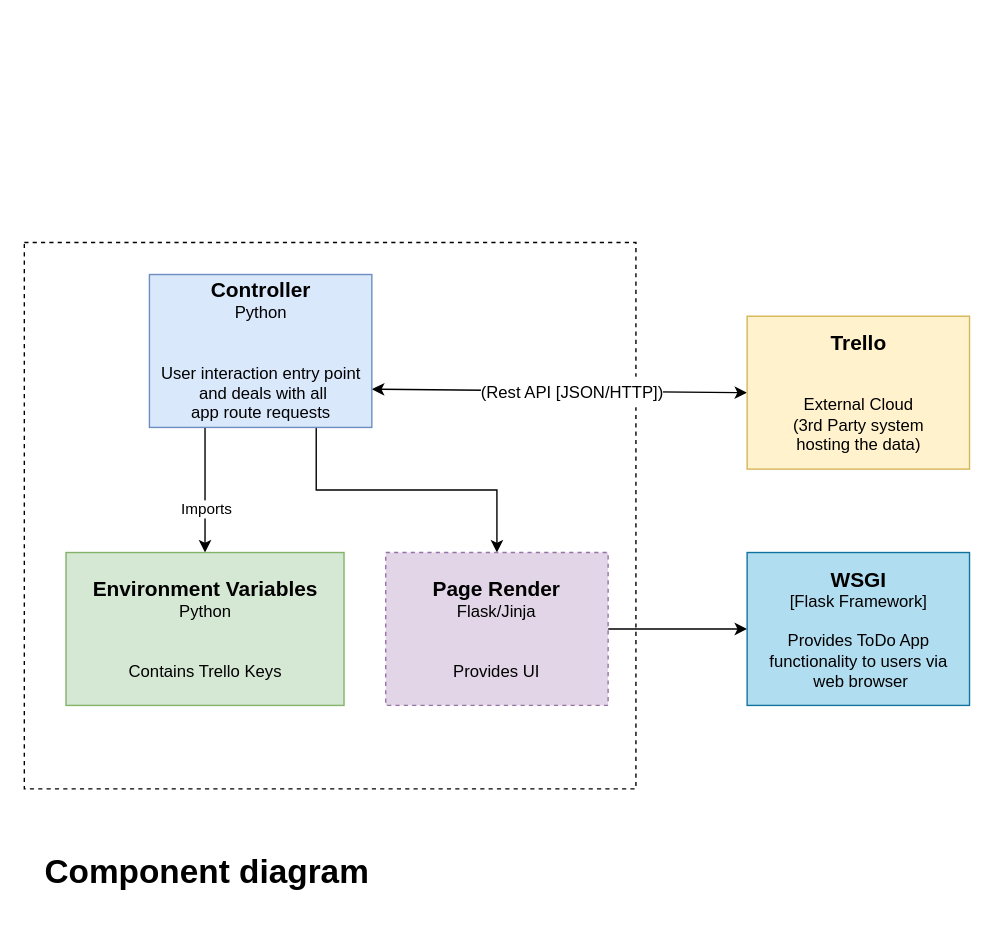
The draw.io diagram documentation/Component Diagram.drawio in shivaHanchate/DevOps-Course-Starter, before the edit. Source tidied: cells renumbered, new cells numbered last; positions are measured from the earlier drawing's top-left corner, leaving out a move shared by most shapes. Both pictures are drawn from the tidied source at 139%, with x=0, y=0 at pixel (24, 242).
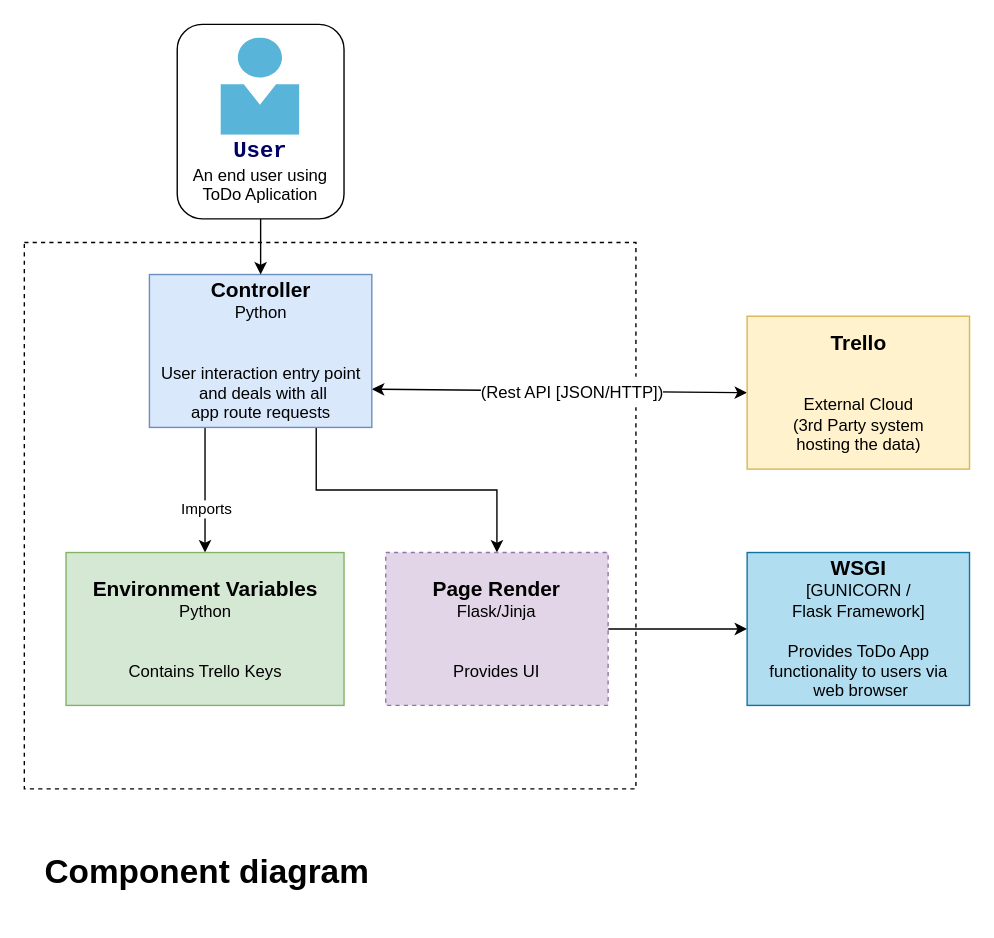
The same diagram, later.

Change to the diagram source:
```diff
@@
 <mxGraphModel>
   <root>
     <mxCell id="0" />
     <mxCell id="1" parent="0" />
     <mxCell id="2" style="rounded=0;whiteSpace=wrap;html=1;dashed=1;" parent="1" vertex="1">
       <mxGeometry width="440" height="393" as="geometry" />
     </mxCell>
     <mxCell id="3" value="&lt;h1&gt;Component diagram&lt;/h1&gt;&lt;p&gt;&lt;br&gt;&lt;/p&gt;" style="text;html=1;strokeColor=none;fillColor=none;spacing=5;spacingTop=-20;whiteSpace=wrap;overflow=hidden;rounded=0;" parent="1" vertex="1">
       <mxGeometry x="10" y="433" width="300" height="50" as="geometry" />
     </mxCell>
     <mxCell id="4" style="endArrow=classic;startArrow=classic;html=1;entryX=0;entryY=0.5;entryDx=0;entryDy=0;exitX=1;exitY=0.75;exitDx=0;exitDy=0;" parent="1" edge="1" source="9" target="14">
       <mxGeometry relative="1" as="geometry" />
     </mxCell>
     <mxCell id="5" value="&lt;p style=&quot;line-height: 0%&quot;&gt;&lt;span style=&quot;font-size: 12px&quot;&gt;(Rest API [JSON/HTTP])&lt;/span&gt;&lt;br&gt;&lt;/p&gt;" style="edgeLabel;html=1;align=center;verticalAlign=middle;imageHeight=24;" parent="4" vertex="1">
       <mxGeometry x="0.19" y="-1" relative="1" as="geometry">
         <mxPoint x="-17" y="-1" as="offset" />
       </mxGeometry>
     </mxCell>
     <mxCell id="6" style="edgeStyle=orthogonalEdgeStyle;rounded=0;jettySize=auto;html=1;exitX=0.75;exitY=1;exitDx=0;exitDy=0;startArrow=none;startFill=0;" parent="1" edge="1" source="9" target="11">
       <mxGeometry relative="1" as="geometry" />
     </mxCell>
     <mxCell id="7" style="edgeStyle=orthogonalEdgeStyle;rounded=0;jettySize=auto;html=1;exitX=0.25;exitY=1;exitDx=0;exitDy=0;entryX=0.5;entryY=0;entryDx=0;entryDy=0;startArrow=none;startFill=0;endArrow=classic;endFill=1;" parent="1" edge="1" source="9" target="12">
       <mxGeometry relative="1" as="geometry" />
     </mxCell>
     <mxCell id="8" value="Imports" style="edgeLabel;html=1;align=center;verticalAlign=middle;" parent="7" vertex="1">
       <mxGeometry x="0.28" relative="1" as="geometry" />
     </mxCell>
     <mxCell id="9" value="&lt;span style=&quot;font-size: 15px&quot;&gt;&lt;b&gt;Controller&lt;/b&gt;&lt;/span&gt;&lt;br&gt;Python&lt;br&gt;&lt;br&gt;&lt;br&gt;User interaction entry point&lt;br&gt;&amp;nbsp;and deals with all &lt;br&gt;app route requests" style="html=1;dashed=0;whitespace=wrap;fillColor=#dae8fc;strokeColor=#6c8ebf;" parent="1" vertex="1">
       <mxGeometry x="90" y="23" width="160" height="110" as="geometry" />
     </mxCell>
     <mxCell id="10" style="edgeStyle=orthogonalEdgeStyle;rounded=0;jettySize=auto;html=1;exitX=1;exitY=0.5;exitDx=0;exitDy=0;entryX=0;entryY=0.5;entryDx=0;entryDy=0;startArrow=none;startFill=0;" parent="1" edge="1" source="11" target="13">
       <mxGeometry relative="1" as="geometry" />
     </mxCell>
     <mxCell id="11" value="&lt;b&gt;&lt;font style=&quot;font-size: 15px&quot;&gt;Page Render&lt;/font&gt;&lt;/b&gt;&lt;br&gt;Flask/Jinja&lt;br&gt;&lt;br&gt;&lt;br&gt;Provides UI&lt;br&gt;" style="rounded=0;whiteSpace=wrap;html=1;dashed=1;fillColor=#e1d5e7;strokeColor=#9673a6;" parent="1" vertex="1">
       <mxGeometry x="260" y="223" width="160" height="110" as="geometry" />
     </mxCell>
     <mxCell id="12" value="&lt;font style=&quot;font-size: 15px&quot;&gt;&lt;b&gt;Environment Variables&lt;/b&gt;&lt;/font&gt;&lt;br&gt;Python&lt;br&gt;&lt;br&gt;&lt;br&gt;Contains Trello Keys" style="html=1;dashed=0;whitespace=wrap;fillColor=#d5e8d4;strokeColor=#82b366;" parent="1" vertex="1">
       <mxGeometry x="30" y="223" width="200" height="110" as="geometry" />
     </mxCell>
-    <mxCell id="13" value="&lt;font style=&quot;font-size: 15px&quot;&gt;&lt;b&gt;WSGI&lt;/b&gt;&lt;/font&gt;&lt;br&gt;[Flask Framework]&lt;br&gt;&lt;br&gt;Provides ToDo App&lt;br&gt;functionality to users via&lt;br&gt;&amp;nbsp;web browser&lt;br&gt;" style="html=1;dashed=0;whitespace=wrap;fillColor=#b1ddf0;strokeColor=#10739e;" parent="1" vertex="1">
+    <mxCell id="13" value="&lt;font style=&quot;font-size: 15px&quot;&gt;&lt;b&gt;WSGI&lt;/b&gt;&lt;/font&gt;&lt;br&gt;[GUNICORN /&lt;br&gt;Flask Framework]&lt;br&gt;&lt;br&gt;Provides ToDo App&lt;br&gt;functionality to users via&lt;br&gt;&amp;nbsp;web browser" style="html=1;dashed=0;whitespace=wrap;fillColor=#b1ddf0;strokeColor=#10739e;" parent="1" vertex="1">
       <mxGeometry x="520" y="223" width="160" height="110" as="geometry" />
     </mxCell>
     <mxCell id="14" value="&lt;font style=&quot;font-size: 15px&quot;&gt;&lt;b&gt;Trello&lt;/b&gt;&lt;/font&gt;&lt;br&gt;&lt;br&gt;&lt;br&gt;External Cloud &lt;br&gt;(3rd Party system &lt;br&gt;hosting the data)" style="html=1;dashed=0;whitespace=wrap;fillColor=#fff2cc;strokeColor=#d6b656;" parent="1" vertex="1">
       <mxGeometry x="520" y="53" width="160" height="110" as="geometry" />
     </mxCell>
+    <mxCell id="15" style="edgeStyle=orthogonalEdgeStyle;rounded=0;jettySize=auto;html=1;exitX=0.5;exitY=1;exitDx=0;exitDy=0;" parent="1" edge="1" source="16" target="9">
+      <mxGeometry relative="1" as="geometry" />
+    </mxCell>
+    <mxCell id="16" value="&lt;br&gt;&lt;br&gt;&lt;br&gt;&lt;br&gt;&lt;br&gt;&lt;font style=&quot;font-size: 16px&quot; face=&quot;Courier New&quot; color=&quot;#000066&quot;&gt;&lt;b&gt;User&lt;/b&gt;&lt;/font&gt;&lt;br&gt;An end user using&lt;br&gt;ToDo Aplication" style="rounded=1;whiteSpace=wrap;html=1;" parent="1" vertex="1">
+      <mxGeometry x="110" y="-157" width="120" height="140" as="geometry" />
+    </mxCell>
+    <mxCell id="17" style="html=1;align=center;image;fontSize=12;image=img/lib/mscae/Person.svg;imageBackground=#FFFFFF;" parent="1" vertex="1">
+      <mxGeometry x="141.6" y="-147" width="56.8" height="70" as="geometry" />
+    </mxCell>
   </root>
 </mxGraphModel>
```
